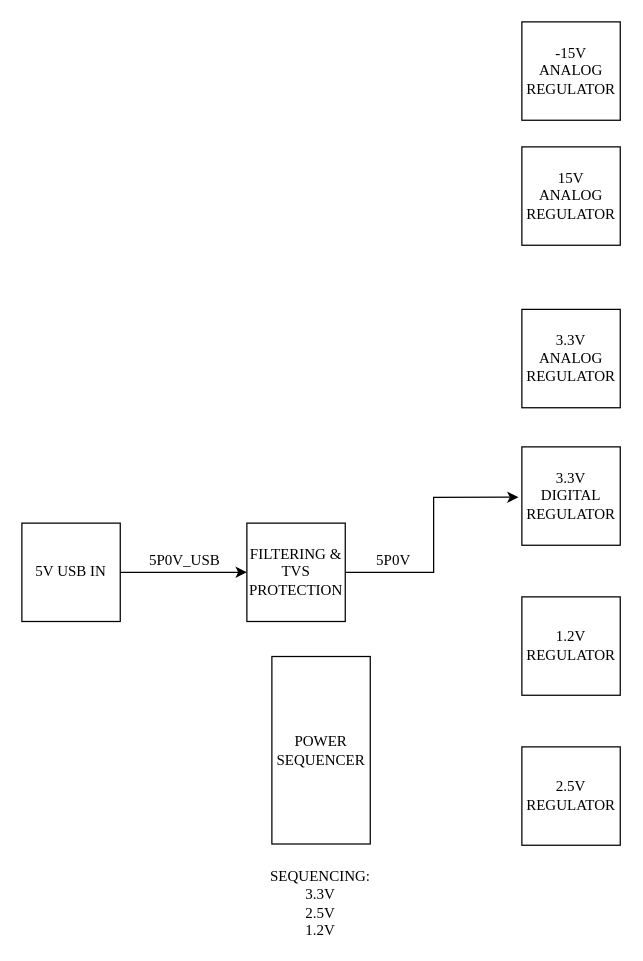
brzyzek/arb keeps this draw.io diagram as page "Power" (2 of 4) of 1_hw/01_block_diagram/arb.drawio. Above is the earlier version. Source tidied: cells renumbered, new cells numbered last; positions are measured from the earlier drawing's top-left corner, leaving out a move shared by most shapes. Both pictures are drawn from the tidied source at 125%, with x=0, y=0 at pixel (21, 21).
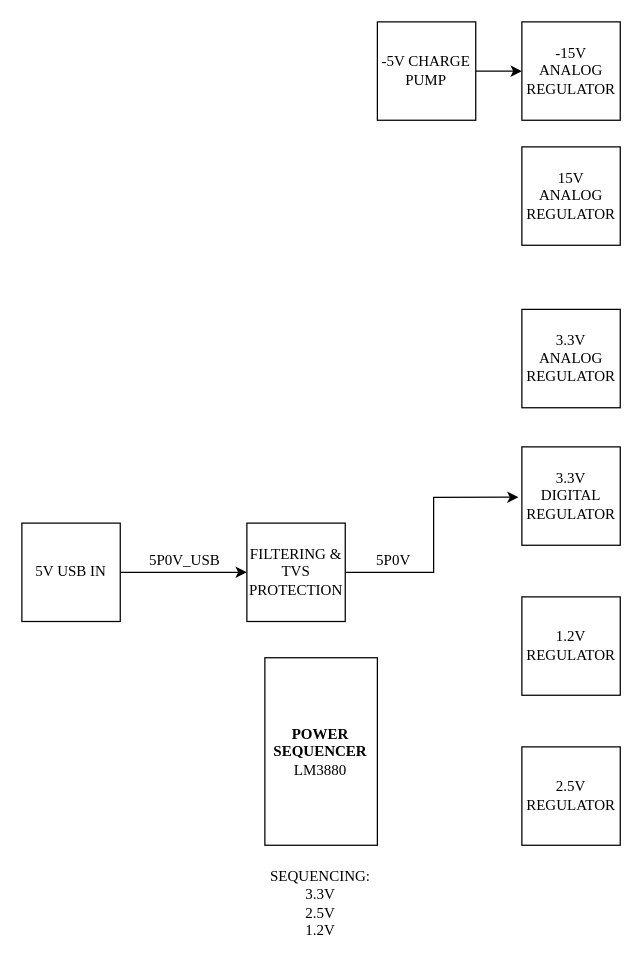
The same diagram, later.

Change to the diagram source:
```diff
@@
 <mxGraphModel>
   <root>
     <mxCell id="0" />
     <mxCell id="1" parent="0" />
     <mxCell id="2" value="1.2&lt;span style=&quot;background-color: initial;&quot;&gt;V REGULATOR&lt;/span&gt;" style="rounded=0;whiteSpace=wrap;html=1;fontFamily=Times New Roman;glass=0;shadow=0;" parent="1" vertex="1">
       <mxGeometry x="400" y="460" width="78.7" height="78.7" as="geometry" />
     </mxCell>
     <mxCell id="3" value="3.3&lt;span style=&quot;background-color: initial;&quot;&gt;V&lt;/span&gt;&lt;div&gt;&lt;span style=&quot;background-color: initial;&quot;&gt;DIGITAL REGULATOR&lt;/span&gt;&lt;/div&gt;" style="rounded=0;whiteSpace=wrap;html=1;fontFamily=Times New Roman;glass=0;shadow=0;" parent="1" vertex="1">
       <mxGeometry x="400" y="340" width="78.7" height="78.7" as="geometry" />
     </mxCell>
     <mxCell id="4" style="edgeStyle=orthogonalEdgeStyle;rounded=0;jettySize=auto;html=1;entryX=0;entryY=0.5;entryDx=0;entryDy=0;fontFamily=Times New Roman;fontSize=12;fontColor=default;" parent="1" edge="1" source="6" target="9">
       <mxGeometry relative="1" as="geometry" />
     </mxCell>
     <mxCell id="5" value="5P0V_USB" style="edgeLabel;html=1;align=center;verticalAlign=middle;strokeColor=default;fontFamily=Times New Roman;fontSize=12;fontColor=default;fillColor=default;" parent="4" vertex="1">
       <mxGeometry x="0.11" y="-2" relative="1" as="geometry">
         <mxPoint x="-5" y="-12" as="offset" />
       </mxGeometry>
     </mxCell>
     <mxCell id="6" value="5V USB IN" style="rounded=0;whiteSpace=wrap;html=1;fontFamily=Times New Roman;glass=0;shadow=0;" parent="1" vertex="1">
       <mxGeometry y="401" width="78.7" height="78.7" as="geometry" />
     </mxCell>
     <mxCell id="7" style="edgeStyle=orthogonalEdgeStyle;rounded=0;jettySize=auto;html=1;fontFamily=Times New Roman;fontSize=12;fontColor=default;entryX=-0.034;entryY=0.512;entryDx=0;entryDy=0;entryPerimeter=0;" parent="1" edge="1" source="9" target="3">
       <mxGeometry relative="1" as="geometry" />
     </mxCell>
     <mxCell id="8" value="5P0V" style="edgeLabel;html=1;align=center;verticalAlign=middle;strokeColor=default;fontFamily=Times New Roman;fontSize=12;fontColor=default;fillColor=default;" parent="7" vertex="1">
       <mxGeometry x="-0.62" y="-2" relative="1" as="geometry">
         <mxPoint y="-12" as="offset" />
       </mxGeometry>
     </mxCell>
     <mxCell id="9" value="FILTERING &amp;amp; TVS PROTECTION" style="rounded=0;whiteSpace=wrap;html=1;fontFamily=Times New Roman;glass=0;shadow=0;" parent="1" vertex="1">
       <mxGeometry x="180" y="401" width="78.7" height="78.7" as="geometry" />
     </mxCell>
     <mxCell id="10" value="3.3&lt;span style=&quot;background-color: initial;&quot;&gt;V&lt;/span&gt;&lt;div&gt;&lt;span style=&quot;background-color: initial;&quot;&gt;ANALOG REGULATOR&lt;/span&gt;&lt;/div&gt;" style="rounded=0;whiteSpace=wrap;html=1;fontFamily=Times New Roman;glass=0;shadow=0;" parent="1" vertex="1">
       <mxGeometry x="400" y="230" width="78.7" height="78.7" as="geometry" />
     </mxCell>
     <mxCell id="11" value="&lt;span style=&quot;background-color: initial;&quot;&gt;2.5V REGULATOR&lt;/span&gt;" style="rounded=0;whiteSpace=wrap;html=1;fontFamily=Times New Roman;glass=0;shadow=0;" parent="1" vertex="1">
       <mxGeometry x="400" y="580" width="78.7" height="78.7" as="geometry" />
     </mxCell>
-    <mxCell id="12" value="POWER SEQUENCER" style="rounded=0;whiteSpace=wrap;html=1;fontFamily=Times New Roman;glass=0;shadow=0;" parent="1" vertex="1">
-      <mxGeometry x="200" y="507.7" width="78.7" height="150" as="geometry" />
+    <mxCell id="12" value="&lt;b&gt;POWER SEQUENCER&lt;/b&gt;&lt;div&gt;LM3880&lt;br&gt;&lt;/div&gt;" style="rounded=0;whiteSpace=wrap;html=1;fontFamily=Times New Roman;glass=0;shadow=0;" parent="1" vertex="1">
+      <mxGeometry x="194.4" y="508.7" width="90" height="150" as="geometry" />
     </mxCell>
     <mxCell id="13" value="SEQUENCING:&lt;div&gt;3.3V&lt;/div&gt;&lt;div&gt;2.5V&lt;/div&gt;&lt;div&gt;1.2V&lt;/div&gt;" style="text;strokeColor=none;align=center;fillColor=none;html=1;verticalAlign=middle;whiteSpace=wrap;rounded=0;fontFamily=Times New Roman;" parent="1" vertex="1">
       <mxGeometry x="209.4" y="690" width="60" height="30" as="geometry" />
     </mxCell>
     <mxCell id="14" value="&lt;span style=&quot;background-color: initial;&quot;&gt;15V&lt;/span&gt;&lt;div&gt;&lt;span style=&quot;background-color: initial;&quot;&gt;ANALOG REGULATOR&lt;/span&gt;&lt;/div&gt;" style="rounded=0;whiteSpace=wrap;html=1;fontFamily=Times New Roman;glass=0;shadow=0;" parent="1" vertex="1">
       <mxGeometry x="400" y="100" width="78.7" height="78.7" as="geometry" />
     </mxCell>
     <mxCell id="15" value="&lt;span style=&quot;background-color: initial;&quot;&gt;-15V ANALOG REGULATOR&lt;/span&gt;" style="rounded=0;whiteSpace=wrap;html=1;fontFamily=Times New Roman;glass=0;shadow=0;" parent="1" vertex="1">
       <mxGeometry x="400" width="78.7" height="78.7" as="geometry" />
     </mxCell>
+    <mxCell id="16" style="edgeStyle=orthogonalEdgeStyle;rounded=0;jettySize=auto;html=1;" parent="1" edge="1" source="17" target="15">
+      <mxGeometry relative="1" as="geometry" />
+    </mxCell>
+    <mxCell id="17" value="&lt;span style=&quot;background-color: initial;&quot;&gt;-5V CHARGE PUMP&lt;/span&gt;" style="rounded=0;whiteSpace=wrap;html=1;fontFamily=Times New Roman;glass=0;shadow=0;" parent="1" vertex="1">
+      <mxGeometry x="284.4" width="78.7" height="78.7" as="geometry" />
+    </mxCell>
   </root>
 </mxGraphModel>
```
